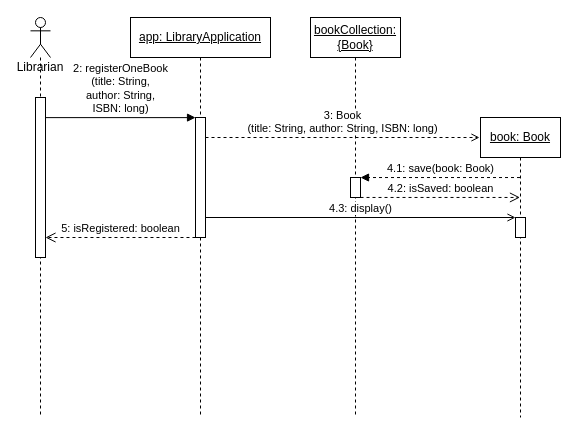
Halozhan/2023-2-LibraryApplication keeps this draw.io diagram as UML/SD2 Register one book.drawio. Above is the earlier version. Source tidied: cells renumbered, new cells numbered last; positions are measured from the earlier drawing's top-left corner, leaving out a move shared by most shapes. Both pictures are drawn from the tidied source at 100%, with x=0, y=0 at pixel (30, 17).
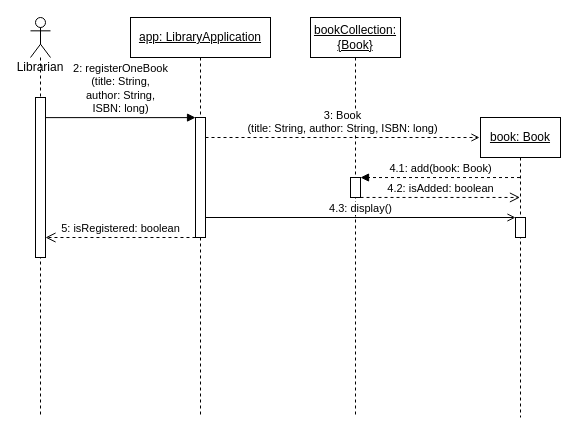
The same page after the edit.

The edit, as a diff of the source:
```diff
@@
 <mxGraphModel>
   <root>
     <mxCell id="0" />
     <mxCell id="1" parent="0" />
     <mxCell id="2" value="&lt;u&gt;app: LibraryApplication&lt;/u&gt;" style="shape=umlLifeline;perimeter=lifelinePerimeter;whiteSpace=wrap;html=1;" parent="1" vertex="1">
       <mxGeometry x="100" width="140" height="400" as="geometry" />
     </mxCell>
     <mxCell id="3" style="html=1;points=[];perimeter=orthogonalPerimeter;fontColor=#FFFFFF;" parent="2" vertex="1">
       <mxGeometry x="65" y="100" width="10" height="120" as="geometry" />
     </mxCell>
     <mxCell id="4" value="&lt;u&gt;bookCollection: {Book}&lt;/u&gt;" style="shape=umlLifeline;perimeter=lifelinePerimeter;whiteSpace=wrap;html=1;" parent="1" vertex="1">
       <mxGeometry x="280" width="90" height="400" as="geometry" />
     </mxCell>
     <mxCell id="5" style="html=1;points=[];perimeter=orthogonalPerimeter;" parent="4" vertex="1">
       <mxGeometry x="40" y="160" width="10" height="20" as="geometry" />
     </mxCell>
     <mxCell id="6" value="&lt;div&gt;2: registerOneBook&lt;br&gt;(title: String,&lt;/div&gt;&lt;div&gt;author: String,&lt;/div&gt;&lt;div&gt;ISBN: long)&lt;/div&gt;" style="html=1;verticalAlign=bottom;endArrow=block;entryX=0.003;entryY=0.001;entryDx=0;entryDy=0;entryPerimeter=0;" parent="1" edge="1" source="14" target="3">
       <mxGeometry relative="1" as="geometry" />
     </mxCell>
     <mxCell id="7" value="&lt;div&gt;3: Book&lt;br&gt;(title: String, author: String, ISBN: long)&lt;/div&gt;" style="html=1;verticalAlign=bottom;endArrow=open;endFill=0;dashed=1;" parent="1" edge="1" source="3">
       <mxGeometry relative="1" as="geometry">
         <mxPoint x="449" y="120" as="targetPoint" />
       </mxGeometry>
     </mxCell>
-    <mxCell id="8" value="4.1: save(book: Book)" style="html=1;verticalAlign=bottom;endArrow=block;entryX=1.002;entryY=0.002;dashed=1;entryDx=0;entryDy=0;entryPerimeter=0;" parent="1" edge="1" source="11" target="5">
+    <mxCell id="8" value="4.1: add(book: Book)" style="html=1;verticalAlign=bottom;endArrow=block;entryX=1.002;entryY=0.002;dashed=1;entryDx=0;entryDy=0;entryPerimeter=0;" parent="1" edge="1" source="11" target="5">
       <mxGeometry relative="1" as="geometry" />
     </mxCell>
-    <mxCell id="9" value="4.2: isSaved: boolean" style="html=1;verticalAlign=bottom;endArrow=open;dashed=1;endSize=8;exitX=1.002;exitY=0.998;exitDx=0;exitDy=0;exitPerimeter=0;" parent="1" edge="1" source="5" target="11">
+    <mxCell id="9" value="4.2: isAdded: boolean" style="html=1;verticalAlign=bottom;endArrow=open;dashed=1;endSize=8;exitX=1.002;exitY=0.998;exitDx=0;exitDy=0;exitPerimeter=0;" parent="1" edge="1" source="5" target="11">
       <mxGeometry relative="1" as="geometry" />
     </mxCell>
     <mxCell id="10" value="4.3: display()" style="html=1;verticalAlign=bottom;startArrow=none;endArrow=open;startSize=8;startFill=0;endFill=0;" parent="1" edge="1" source="3" target="12">
       <mxGeometry relative="1" as="geometry" />
     </mxCell>
     <mxCell id="11" value="&lt;u&gt;book: Book&lt;/u&gt;" style="shape=umlLifeline;perimeter=lifelinePerimeter;whiteSpace=wrap;html=1;outlineConnect=0;portConstraint=eastwest;newEdgeStyle={&quot;curved&quot;:0,&quot;rounded&quot;:0};" parent="1" vertex="1">
       <mxGeometry x="450" y="100" width="80" height="300" as="geometry" />
     </mxCell>
     <mxCell id="12" style="html=1;points=[];perimeter=orthogonalPerimeter;" parent="1" vertex="1">
       <mxGeometry x="485" y="200" width="10" height="20" as="geometry" />
     </mxCell>
     <mxCell id="13" value="Librarian&lt;br&gt;" style="shape=umlLifeline;participant=umlActor;perimeter=lifelinePerimeter;whiteSpace=wrap;html=1;verticalAlign=top;spacingTop=36;" parent="1" vertex="1">
       <mxGeometry width="20" height="400" as="geometry" />
     </mxCell>
     <mxCell id="14" style="html=1;points=[];perimeter=orthogonalPerimeter;fontColor=#FFFFFF;" parent="13" vertex="1">
       <mxGeometry x="5" y="80" width="10" height="160" as="geometry" />
     </mxCell>
     <mxCell id="15" value="5: isRegistered: boolean" style="html=1;verticalAlign=bottom;endArrow=open;dashed=1;endSize=8;curved=0;rounded=0;exitX=-0.003;exitY=1;exitDx=0;exitDy=0;exitPerimeter=0;" parent="1" edge="1" source="3" target="14">
       <mxGeometry relative="1" as="geometry" />
     </mxCell>
   </root>
 </mxGraphModel>
```
